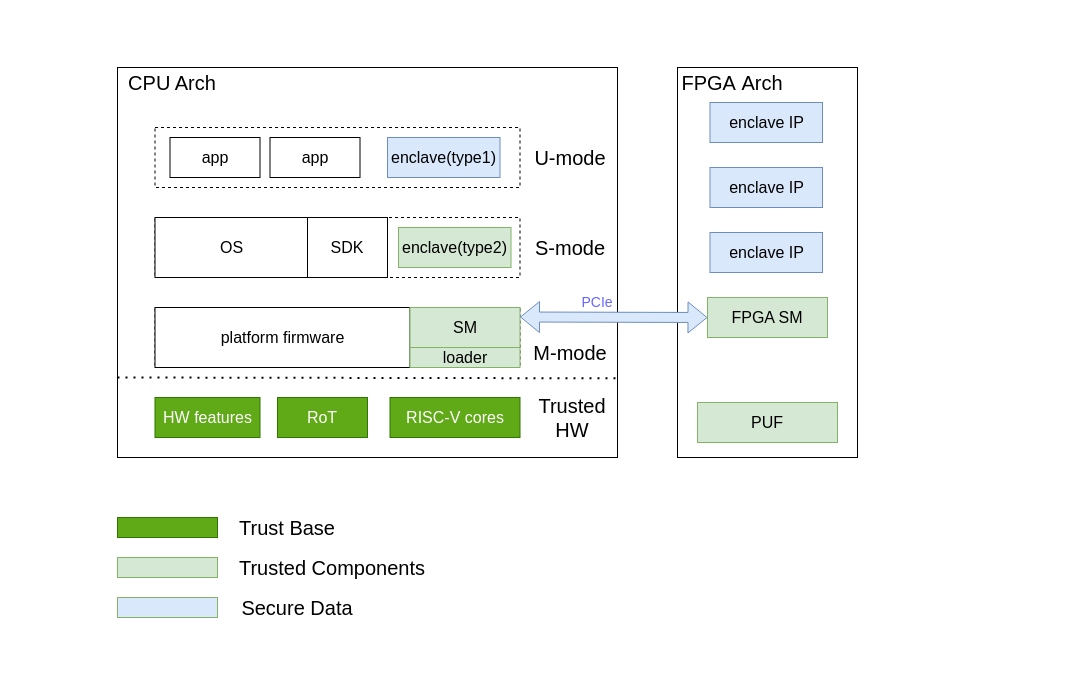
Earlier version of the draw.io diagram page "sys_overview(app)" (1 of 9) of saber.drawio (Zou1c/tmp). Source tidied: cells renumbered, new cells numbered last; positions are measured from the earlier drawing's top-left corner, leaving out a move shared by most shapes. Both pictures are drawn from the tidied source at 100%, with x=0, y=0 at pixel (117, 67).
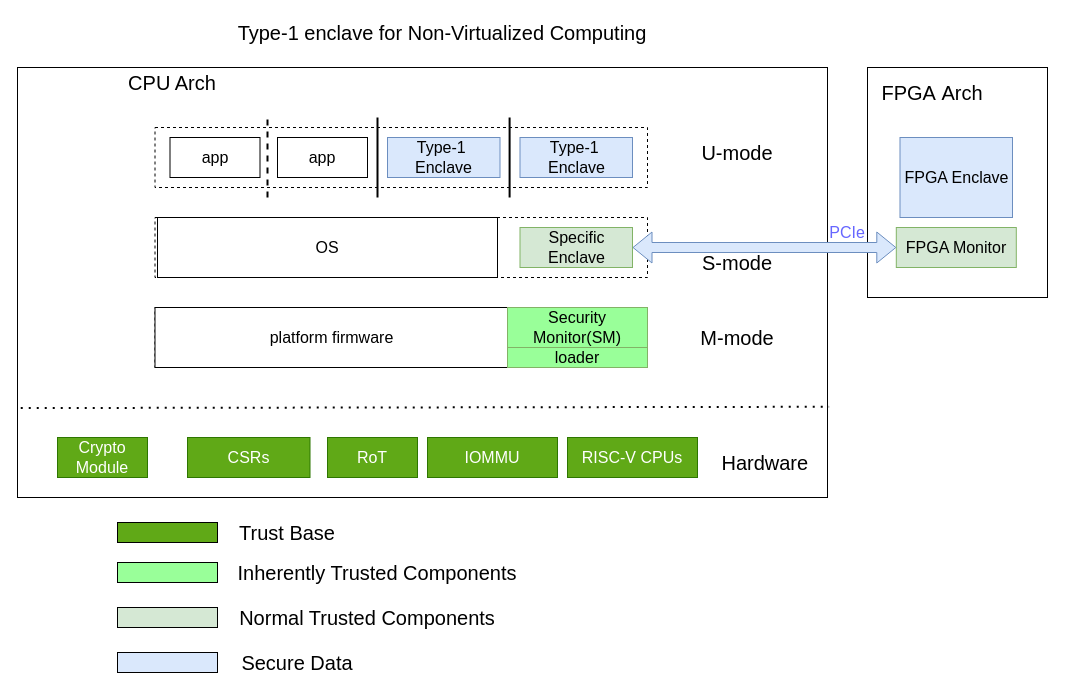
After the change.

What changed in the source:
```diff
@@
     <mxCell id="2" style="rounded=0;whiteSpace=wrap;html=1;" parent="1" vertex="1">
-      <mxGeometry width="500" height="390" as="geometry" />
+      <mxGeometry x="-100" width="810" height="430" as="geometry" />
     </mxCell>
@@
     <mxCell id="4" style="rounded=0;whiteSpace=wrap;html=1;" parent="1" vertex="1">
-      <mxGeometry x="560" width="180" height="390" as="geometry" />
+      <mxGeometry x="750" width="180" height="230" as="geometry" />
     </mxCell>
     <mxCell id="5" value="FPGA&amp;nbsp;&lt;span style=&quot;background-color: transparent; color: light-dark(rgb(0, 0, 0), rgb(255, 255, 255));&quot;&gt;Arch&lt;/span&gt;" style="text;html=1;align=center;verticalAlign=middle;whiteSpace=wrap;rounded=0;fontSize=20;" parent="1" vertex="1">
-      <mxGeometry x="560" width="110" height="30" as="geometry" />
+      <mxGeometry x="760" y="10" width="110" height="30" as="geometry" />
     </mxCell>
     <mxCell id="6" style="rounded=0;whiteSpace=wrap;html=1;dashed=1;" parent="1" vertex="1">
-      <mxGeometry x="37.5" y="60" width="365" height="60" as="geometry" />
+      <mxGeometry x="37.5" y="60" width="492.5" height="60" as="geometry" />
     </mxCell>
@@
     <mxCell id="8" value="app" style="rounded=0;whiteSpace=wrap;html=1;fontSize=16;" parent="1" vertex="1">
-      <mxGeometry x="152.5" y="70" width="90" height="40" as="geometry" />
+      <mxGeometry x="160" y="70" width="90" height="40" as="geometry" />
     </mxCell>
-    <mxCell id="9" value="enclave(type1)" style="rounded=0;whiteSpace=wrap;html=1;fontSize=16;labelBackgroundColor=none;fillColor=#dae8fc;strokeColor=#6c8ebf;" parent="1" vertex="1">
+    <mxCell id="9" value="Type-1&amp;nbsp;&lt;div&gt;Enclave&lt;/div&gt;" style="rounded=0;whiteSpace=wrap;html=1;fontSize=16;labelBackgroundColor=none;fillColor=#dae8fc;strokeColor=#6c8ebf;" parent="1" vertex="1">
       <mxGeometry x="270" y="70" width="112.5" height="40" as="geometry" />
     </mxCell>
     <mxCell id="10" value="U-mode" style="text;html=1;align=center;verticalAlign=middle;whiteSpace=wrap;rounded=0;fontSize=20;" parent="1" vertex="1">
-      <mxGeometry x="412.5" y="75" width="80" height="30" as="geometry" />
+      <mxGeometry x="580" y="70" width="80" height="30" as="geometry" />
     </mxCell>
     <mxCell id="11" style="rounded=0;whiteSpace=wrap;html=1;dashed=1;" parent="1" vertex="1">
-      <mxGeometry x="37.5" y="150" width="365" height="60" as="geometry" />
+      <mxGeometry x="37.5" y="150" width="492.5" height="60" as="geometry" />
     </mxCell>
     <mxCell id="12" value="OS" style="rounded=0;whiteSpace=wrap;html=1;fontSize=16;" parent="1" vertex="1">
-      <mxGeometry x="37.5" y="150" width="152.5" height="60" as="geometry" />
+      <mxGeometry x="40" y="150" width="340" height="60" as="geometry" />
     </mxCell>
-    <mxCell id="13" value="enclave(type2)" style="rounded=0;whiteSpace=wrap;html=1;fontSize=16;fillColor=#d5e8d4;strokeColor=#82b366;" parent="1" vertex="1">
-      <mxGeometry x="281" y="160" width="112.5" height="40" as="geometry" />
+    <mxCell id="13" value="Specific Enclave" style="rounded=0;whiteSpace=wrap;html=1;fontSize=16;fillColor=#d5e8d4;strokeColor=#82b366;" parent="1" vertex="1">
+      <mxGeometry x="402.5" y="160" width="112.5" height="40" as="geometry" />
     </mxCell>
     <mxCell id="14" value="S-mode" style="text;html=1;align=center;verticalAlign=middle;whiteSpace=wrap;rounded=0;fontSize=20;" parent="1" vertex="1">
-      <mxGeometry x="412.5" y="165" width="80" height="30" as="geometry" />
+      <mxGeometry x="580" y="180" width="80" height="30" as="geometry" />
     </mxCell>
     <mxCell id="15" style="rounded=0;whiteSpace=wrap;html=1;dashed=1;" parent="1" vertex="1">
-      <mxGeometry x="37.5" y="240" width="365" height="60" as="geometry" />
+      <mxGeometry x="37.5" y="240" width="492.5" height="60" as="geometry" />
     </mxCell>
     <mxCell id="16" value="platform firmware" style="rounded=0;whiteSpace=wrap;html=1;fontSize=16;" parent="1" vertex="1">
-      <mxGeometry x="37.5" y="240" width="255" height="60" as="geometry" />
+      <mxGeometry x="37.5" y="240" width="352.5" height="60" as="geometry" />
     </mxCell>
-    <mxCell id="17" value="SM" style="rounded=0;whiteSpace=wrap;html=1;fontSize=16;fillColor=#d5e8d4;strokeColor=#82b366;" parent="1" vertex="1">
-      <mxGeometry x="292.5" y="240" width="110" height="40" as="geometry" />
+    <mxCell id="17" value="Security Monitor(SM)" style="rounded=0;whiteSpace=wrap;html=1;fontSize=16;fillColor=#99FF99;strokeColor=#82b366;" parent="1" vertex="1">
+      <mxGeometry x="390" y="240" width="140" height="40" as="geometry" />
     </mxCell>
     <mxCell id="18" value="M-mode" style="text;html=1;align=center;verticalAlign=middle;whiteSpace=wrap;rounded=0;fontSize=20;" parent="1" vertex="1">
-      <mxGeometry x="412.5" y="270" width="80" height="30" as="geometry" />
+      <mxGeometry x="580" y="255" width="80" height="30" as="geometry" />
     </mxCell>
-    <mxCell id="19" value="Trusted HW" style="text;html=1;align=center;verticalAlign=middle;whiteSpace=wrap;rounded=0;fontSize=20;" parent="1" vertex="1">
-      <mxGeometry x="410" y="335" width="90" height="30" as="geometry" />
+    <mxCell id="19" value="&amp;nbsp;Hardware" style="text;html=1;align=center;verticalAlign=middle;whiteSpace=wrap;rounded=0;fontSize=20;" parent="1" vertex="1">
+      <mxGeometry x="600" y="380" width="90" height="30" as="geometry" />
     </mxCell>
-    <mxCell id="20" value="loader" style="rounded=0;whiteSpace=wrap;html=1;fontSize=16;fillColor=#d5e8d4;strokeColor=#82b366;" parent="1" vertex="1">
-      <mxGeometry x="292.5" y="280" width="110" height="20" as="geometry" />
+    <mxCell id="20" value="loader" style="rounded=0;whiteSpace=wrap;html=1;fontSize=16;fillColor=#99FF99;strokeColor=#82b366;" parent="1" vertex="1">
+      <mxGeometry x="390" y="280" width="140" height="20" as="geometry" />
     </mxCell>
-    <mxCell id="21" value="HW features" style="rounded=0;whiteSpace=wrap;html=1;fontSize=16;fillColor=#60a917;fontColor=#ffffff;strokeColor=#2D7600;" parent="1" vertex="1">
-      <mxGeometry x="37.5" y="330" width="105" height="40" as="geometry" />
+    <mxCell id="21" value="CSRs" style="rounded=0;whiteSpace=wrap;html=1;fontSize=16;fillColor=#60a917;fontColor=#ffffff;strokeColor=#2D7600;" parent="1" vertex="1">
+      <mxGeometry x="70" y="370" width="122.5" height="40" as="geometry" />
     </mxCell>
     <mxCell id="22" value="RoT" style="rounded=0;whiteSpace=wrap;html=1;fontSize=16;fillColor=#60a917;fontColor=#ffffff;strokeColor=#2D7600;" parent="1" vertex="1">
-      <mxGeometry x="160" y="330" width="90" height="40" as="geometry" />
+      <mxGeometry x="210" y="370" width="90" height="40" as="geometry" />
     </mxCell>
-    <mxCell id="23" value="RISC-V cores" style="rounded=0;whiteSpace=wrap;html=1;fontSize=16;fillColor=#60a917;fontColor=#ffffff;strokeColor=#2D7600;" parent="1" vertex="1">
-      <mxGeometry x="272.5" y="330" width="130" height="40" as="geometry" />
+    <mxCell id="23" value="RISC-V CPUs" style="rounded=0;whiteSpace=wrap;html=1;fontSize=16;fillColor=#60a917;fontColor=#ffffff;strokeColor=#2D7600;" parent="1" vertex="1">
+      <mxGeometry x="450" y="370" width="130" height="40" as="geometry" />
     </mxCell>
-    <mxCell id="24" style="endArrow=none;dashed=1;html=1;dashPattern=1 3;strokeWidth=2;rounded=0;entryX=1.004;entryY=0.797;entryDx=0;entryDy=0;entryPerimeter=0;" parent="1" edge="1" target="2">
-      <mxGeometry relative="1" as="geometry">
-        <mxPoint y="310" as="sourcePoint" />
-      </mxGeometry>
+    <mxCell id="24" style="endArrow=none;dashed=1;html=1;dashPattern=1 3;strokeWidth=2;rounded=0;entryX=1.002;entryY=0.789;entryDx=0;entryDy=0;entryPerimeter=0;exitX=0.004;exitY=0.792;exitDx=0;exitDy=0;exitPerimeter=0;" parent="1" edge="1" source="2" target="2">
+      <mxGeometry relative="1" as="geometry" />
     </mxCell>
-    <mxCell id="25" value="SDK" style="rounded=0;whiteSpace=wrap;html=1;fontSize=16;" parent="1" vertex="1">
-      <mxGeometry x="190" y="150" width="80" height="60" as="geometry" />
-    </mxCell>
-    <mxCell id="26" value="FPGA SM" style="rounded=0;whiteSpace=wrap;html=1;fontSize=16;fillColor=#d5e8d4;strokeColor=#82b366;" parent="1" vertex="1">
-      <mxGeometry x="590" y="230" width="120" height="40" as="geometry" />
+    <mxCell id="26" value="FPGA Monitor" style="rounded=0;whiteSpace=wrap;html=1;fontSize=16;fillColor=#d5e8d4;strokeColor=#82b366;" parent="1" vertex="1">
+      <mxGeometry x="778.8" y="160" width="120" height="40" as="geometry" />
     </mxCell>
-    <mxCell id="27" value="enclave IP" style="rounded=0;whiteSpace=wrap;html=1;fontSize=16;labelBackgroundColor=none;fillColor=#dae8fc;strokeColor=#6c8ebf;" parent="1" vertex="1">
-      <mxGeometry x="592.5" y="35" width="112.5" height="40" as="geometry" />
-    </mxCell>
-    <mxCell id="28" value="enclave IP" style="rounded=0;whiteSpace=wrap;html=1;fontSize=16;labelBackgroundColor=none;fillColor=#dae8fc;strokeColor=#6c8ebf;" parent="1" vertex="1">
-      <mxGeometry x="592.5" y="100" width="112.5" height="40" as="geometry" />
-    </mxCell>
-    <mxCell id="29" value="enclave IP" style="rounded=0;whiteSpace=wrap;html=1;fontSize=16;labelBackgroundColor=none;fillColor=#dae8fc;strokeColor=#6c8ebf;" parent="1" vertex="1">
-      <mxGeometry x="592.5" y="165" width="112.5" height="40" as="geometry" />
+    <mxCell id="29" value="FPGA Enclave" style="rounded=0;whiteSpace=wrap;html=1;fontSize=16;labelBackgroundColor=none;fillColor=#dae8fc;strokeColor=#6c8ebf;" parent="1" vertex="1">
+      <mxGeometry x="782.5" y="70" width="112.5" height="80" as="geometry" />
     </mxCell>
-    <mxCell id="30" style="shape=flexArrow;endArrow=classic;startArrow=classic;html=1;rounded=0;fillColor=#dae8fc;strokeColor=#6c8ebf;endSize=6;entryX=0;entryY=0.5;entryDx=0;entryDy=0;startSize=6;targetPerimeterSpacing=0;" parent="1" edge="1" target="26">
-      <mxGeometry relative="1" as="geometry">
-        <mxPoint x="402.5" y="249.5" as="sourcePoint" />
-      </mxGeometry>
+    <mxCell id="30" style="shape=flexArrow;endArrow=classic;startArrow=classic;html=1;rounded=0;fillColor=#dae8fc;strokeColor=#6c8ebf;endSize=6;entryX=0;entryY=0.5;entryDx=0;entryDy=0;startSize=6;targetPerimeterSpacing=0;exitX=1;exitY=0.5;exitDx=0;exitDy=0;" parent="1" edge="1" source="13" target="26">
+      <mxGeometry relative="1" as="geometry" />
     </mxCell>
-    <mxCell id="31" value="PCIe" style="text;html=1;align=center;verticalAlign=middle;whiteSpace=wrap;rounded=0;fontSize=14;fontColor=light-dark(#6666FF,#EDEDED);" parent="1" vertex="1">
-      <mxGeometry x="440" y="220" width="80" height="30" as="geometry" />
+    <mxCell id="31" value="PCIe" style="text;html=1;align=center;verticalAlign=middle;whiteSpace=wrap;rounded=0;fontSize=16;fontColor=light-dark(#6666FF,#EDEDED);" parent="1" vertex="1">
+      <mxGeometry x="690" y="150" width="80" height="30" as="geometry" />
     </mxCell>
-    <mxCell id="32" value="PUF" style="rounded=0;whiteSpace=wrap;html=1;fontSize=16;fillColor=#d5e8d4;strokeColor=#82b366;" parent="1" vertex="1">
-      <mxGeometry x="580" y="335" width="140" height="40" as="geometry" />
-    </mxCell>
-    <mxCell id="33" style="rounded=0;whiteSpace=wrap;html=1;fontSize=16;fillColor=#60a917;fontColor=#ffffff;strokeColor=#2D7600;" parent="1" vertex="1">
-      <mxGeometry y="450" width="100" height="20" as="geometry" />
+    <mxCell id="33" style="rounded=0;whiteSpace=wrap;html=1;fontSize=16;fillColor=#60a917;fontColor=#ffffff;strokeColor=#000000;" parent="1" vertex="1">
+      <mxGeometry y="455" width="100" height="20" as="geometry" />
     </mxCell>
     <mxCell id="34" value="Trust Base" style="text;html=1;align=center;verticalAlign=middle;whiteSpace=wrap;rounded=0;fontSize=20;" parent="1" vertex="1">
-      <mxGeometry x="110" y="445" width="120" height="30" as="geometry" />
+      <mxGeometry x="110" y="450" width="120" height="30" as="geometry" />
     </mxCell>
-    <mxCell id="35" style="rounded=0;whiteSpace=wrap;html=1;fontSize=16;fillColor=#d5e8d4;strokeColor=#82b366;" parent="1" vertex="1">
-      <mxGeometry y="490" width="100" height="20" as="geometry" />
+    <mxCell id="35" style="rounded=0;whiteSpace=wrap;html=1;fontSize=16;fillColor=#99FF99;strokeColor=#000000;" parent="1" vertex="1">
+      <mxGeometry y="495" width="100" height="20" as="geometry" />
     </mxCell>
-    <mxCell id="36" value="Trusted Components" style="text;html=1;align=center;verticalAlign=middle;whiteSpace=wrap;rounded=0;fontSize=20;" parent="1" vertex="1">
-      <mxGeometry x="110" y="485" width="210" height="30" as="geometry" />
+    <mxCell id="36" value="Inherently Trusted Components" style="text;html=1;align=center;verticalAlign=middle;whiteSpace=wrap;rounded=0;fontSize=20;" parent="1" vertex="1">
+      <mxGeometry x="110" y="490" width="300" height="30" as="geometry" />
     </mxCell>
-    <mxCell id="37" style="rounded=0;whiteSpace=wrap;html=1;fontSize=16;fillColor=light-dark(#dae8fc, #1f2f1e);strokeColor=#82b366;" parent="1" vertex="1">
-      <mxGeometry y="530" width="100" height="20" as="geometry" />
-    </mxCell>
+    <mxCell id="39" value="Type-1&amp;nbsp;&lt;div&gt;Enclave&lt;/div&gt;" style="rounded=0;whiteSpace=wrap;html=1;fontSize=16;labelBackgroundColor=none;fillColor=#dae8fc;strokeColor=#6c8ebf;" parent="1" vertex="1">
+      <mxGeometry x="402.5" y="70" width="112.5" height="40" as="geometry" />
+    </mxCell>
+    <mxCell id="40" style="endArrow=none;dashed=1;html=1;rounded=0;strokeWidth=2;" parent="1" edge="1">
+      <mxGeometry relative="1" as="geometry">
+        <mxPoint x="150" y="130" as="sourcePoint" />
+        <mxPoint x="150" y="50" as="targetPoint" />
+      </mxGeometry>
+    </mxCell>
+    <mxCell id="41" style="endArrow=none;html=1;rounded=0;strokeWidth=2;" parent="1" edge="1">
+      <mxGeometry relative="1" as="geometry">
+        <mxPoint x="260" y="130" as="sourcePoint" />
+        <mxPoint x="260" y="50" as="targetPoint" />
+      </mxGeometry>
+    </mxCell>
+    <mxCell id="42" style="endArrow=none;html=1;rounded=0;strokeWidth=2;" parent="1" edge="1">
+      <mxGeometry relative="1" as="geometry">
+        <mxPoint x="392.1" y="130" as="sourcePoint" />
+        <mxPoint x="392.1" y="50" as="targetPoint" />
+      </mxGeometry>
+    </mxCell>
+    <mxCell id="43" style="rounded=0;whiteSpace=wrap;html=1;fontSize=16;fillColor=#d5e8d4;strokeColor=#000000;" parent="1" vertex="1">
+      <mxGeometry y="540" width="100" height="20" as="geometry" />
+    </mxCell>
+    <mxCell id="44" value="Normal Trusted Components" style="text;html=1;align=center;verticalAlign=middle;whiteSpace=wrap;rounded=0;fontSize=20;" parent="1" vertex="1">
+      <mxGeometry x="110" y="535" width="280" height="30" as="geometry" />
+    </mxCell>
+    <mxCell id="45" style="rounded=0;whiteSpace=wrap;html=1;fontSize=16;fillColor=light-dark(#dae8fc, #1f2f1e);strokeColor=#000000;" parent="1" vertex="1">
+      <mxGeometry y="585" width="100" height="20" as="geometry" />
+    </mxCell>
     <mxCell id="38" value="Secure Data" style="text;html=1;align=center;verticalAlign=middle;whiteSpace=wrap;rounded=0;fontSize=20;" parent="1" vertex="1">
-      <mxGeometry x="110" y="525" width="140" height="30" as="geometry" />
+      <mxGeometry x="110" y="580" width="140" height="30" as="geometry" />
     </mxCell>
+    <mxCell id="46" value="IOMMU" style="rounded=0;whiteSpace=wrap;html=1;fontSize=16;fillColor=#60a917;fontColor=#ffffff;strokeColor=#2D7600;" parent="1" vertex="1">
+      <mxGeometry x="310" y="370" width="130" height="40" as="geometry" />
+    </mxCell>
+    <mxCell id="47" value="Type-1 enclave for Non-Virtualized Computing" style="text;html=1;align=center;verticalAlign=middle;whiteSpace=wrap;rounded=0;fontSize=20;" parent="1" vertex="1">
+      <mxGeometry x="90" y="-50" width="470" height="30" as="geometry" />
+    </mxCell>
+    <mxCell id="48" value="Crypto Module" style="rounded=0;whiteSpace=wrap;html=1;fontSize=16;fillColor=#60a917;fontColor=#ffffff;strokeColor=#2D7600;" parent="1" vertex="1">
+      <mxGeometry x="-60" y="370" width="90" height="40" as="geometry" />
+    </mxCell>
```
